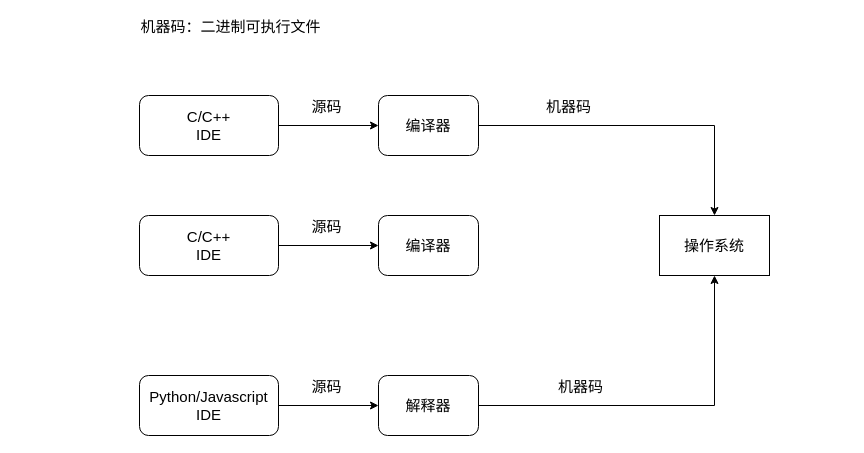
This is 未命名绘图.drawio from Orangon/drawio-digrams, a draw.io file, before an edit. Source tidied: cells renumbered, new cells numbered last; positions are measured from the earlier drawing's top-left corner, leaving out a move shared by most shapes. Both pictures are drawn from the tidied source at 100%, with x=0, y=0 at pixel (139, 95).
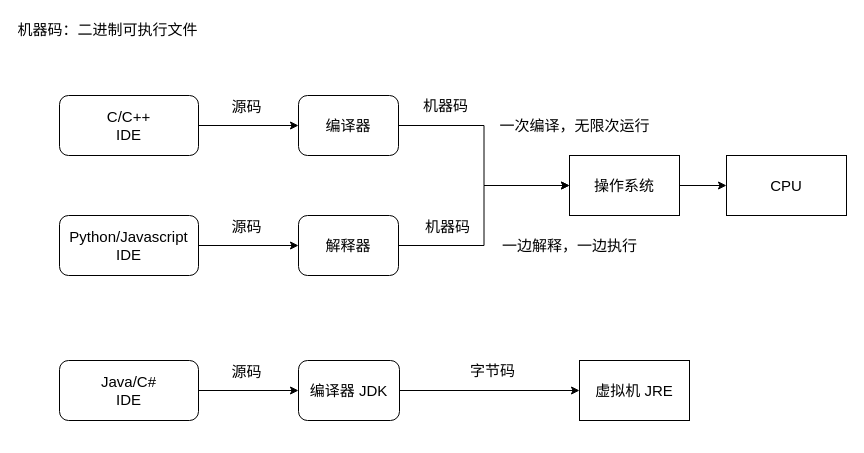
The same diagram, later.

Commit message:
三种语言执行逻辑

Unchanged cells that the change refers to:
```xml
<mxCell id="6" style="edgeStyle=orthogonalEdgeStyle;rounded=0;jettySize=auto;html=1;fontSize=15;" parent="1" edge="1" source="9" target="5">
  <mxGeometry relative="1" as="geometry" />
</mxCell>
```

The edit, as a diff of the source:
```diff
@@
     <mxCell id="4" value="C/C++&lt;br&gt;IDE" style="rounded=1;whiteSpace=wrap;html=1;fontSize=15;" parent="1" vertex="1">
-      <mxGeometry width="139" height="60" as="geometry" />
+      <mxGeometry x="-80" width="139" height="60" as="geometry" />
     </mxCell>
+    <mxCell id="20" style="edgeStyle=orthogonalEdgeStyle;rounded=0;jettySize=auto;html=1;fontSize=15;" parent="1" edge="1" source="5" target="26">
+      <mxGeometry relative="1" as="geometry" />
+    </mxCell>
     <mxCell id="5" value="操作系统" style="whiteSpace=wrap;html=1;fontSize=15;" parent="1" vertex="1">
-      <mxGeometry x="520" y="120" width="110" height="60" as="geometry" />
+      <mxGeometry x="430" y="60" width="110" height="60" as="geometry" />
     </mxCell>
@@
     <mxCell id="7" value="机器码" style="edgeLabel;html=1;align=center;verticalAlign=middle;fontSize=15;" parent="6" vertex="1">
       <mxGeometry x="0.24" relative="1" as="geometry">
-        <mxPoint x="-113" y="-20" as="offset" />
+        <mxPoint x="-39" y="-78" as="offset" />
       </mxGeometry>
     </mxCell>
@@
     <mxCell id="9" value="编译器" style="rounded=1;whiteSpace=wrap;html=1;fontSize=15;" parent="1" vertex="1">
-      <mxGeometry x="239" width="100" height="60" as="geometry" />
+      <mxGeometry x="159" width="100" height="60" as="geometry" />
     </mxCell>
@@
     <mxCell id="12" value="Python/Javascript&lt;br&gt;IDE" style="rounded=1;whiteSpace=wrap;html=1;fontSize=15;" parent="1" vertex="1">
-      <mxGeometry y="280" width="139" height="60" as="geometry" />
+      <mxGeometry x="-80" y="120" width="139" height="60" as="geometry" />
     </mxCell>
-    <mxCell id="13" style="edgeStyle=orthogonalEdgeStyle;rounded=0;jettySize=auto;html=1;entryX=0.5;entryY=1;entryDx=0;entryDy=0;fontSize=15;" parent="1" edge="1" source="15" target="5">
+    <mxCell id="13" style="edgeStyle=orthogonalEdgeStyle;rounded=0;jettySize=auto;html=1;entryX=0;entryY=0.5;entryDx=0;entryDy=0;fontSize=15;" parent="1" edge="1" source="15" target="5">
       <mxGeometry relative="1" as="geometry" />
     </mxCell>
     <mxCell id="14" value="机器码" style="edgeLabel;html=1;align=center;verticalAlign=middle;fontSize=15;" parent="13" vertex="1">
       <mxGeometry x="-0.45" y="3" relative="1" as="geometry">
-        <mxPoint y="-17" as="offset" />
+        <mxPoint x="-16" y="-17" as="offset" />
       </mxGeometry>
     </mxCell>
     <mxCell id="15" value="解释器" style="rounded=1;whiteSpace=wrap;html=1;fontSize=15;" parent="1" vertex="1">
-      <mxGeometry x="239" y="280" width="100" height="60" as="geometry" />
+      <mxGeometry x="159" y="120" width="100" height="60" as="geometry" />
     </mxCell>
@@
-    <mxCell id="18" value="C/C++&lt;br&gt;IDE" style="rounded=1;whiteSpace=wrap;html=1;fontSize=15;" parent="1" vertex="1">
-      <mxGeometry y="120" width="139" height="60" as="geometry" />
+    <mxCell id="18" value="Java/C#&lt;br&gt;IDE" style="rounded=1;whiteSpace=wrap;html=1;fontSize=15;" parent="1" vertex="1">
+      <mxGeometry x="-80" y="265" width="139" height="60" as="geometry" />
     </mxCell>
+    <mxCell id="21" style="edgeStyle=orthogonalEdgeStyle;rounded=0;jettySize=auto;html=1;entryX=0;entryY=0.5;entryDx=0;entryDy=0;fontSize=15;" parent="1" edge="1" source="19" target="25">
+      <mxGeometry relative="1" as="geometry" />
+    </mxCell>
+    <mxCell id="22" value="字节码" style="edgeLabel;html=1;align=center;verticalAlign=middle;fontSize=15;" parent="21" vertex="1">
+      <mxGeometry x="0.06" y="1" relative="1" as="geometry">
+        <mxPoint x="-3" y="-20" as="offset" />
+      </mxGeometry>
+    </mxCell>
-    <mxCell id="19" value="编译器" style="rounded=1;whiteSpace=wrap;html=1;fontSize=15;" parent="1" vertex="1">
-      <mxGeometry x="239" y="120" width="100" height="60" as="geometry" />
+    <mxCell id="19" value="编译器 JDK" style="rounded=1;whiteSpace=wrap;html=1;fontSize=15;verticalAlign=middle;" parent="1" vertex="1">
+      <mxGeometry x="159" y="265" width="101" height="60" as="geometry" />
     </mxCell>
+    <mxCell id="23" value="一次编译，无限次运行" style="text;html=1;align=center;verticalAlign=middle;strokeColor=none;fillColor=none;fontSize=15;" parent="1" vertex="1">
+      <mxGeometry x="350" y="15" width="170" height="30" as="geometry" />
+    </mxCell>
+    <mxCell id="24" value="一边解释，一边执行" style="text;html=1;align=center;verticalAlign=middle;strokeColor=none;fillColor=none;fontSize=15;" parent="1" vertex="1">
+      <mxGeometry x="350" y="135" width="160" height="30" as="geometry" />
+    </mxCell>
+    <mxCell id="25" value="虚拟机 JRE" style="rounded=0;whiteSpace=wrap;html=1;fontSize=15;verticalAlign=middle;" parent="1" vertex="1">
+      <mxGeometry x="440" y="265" width="110" height="60" as="geometry" />
+    </mxCell>
+    <mxCell id="26" value="CPU" style="whiteSpace=wrap;html=1;fontSize=15;" parent="1" vertex="1">
+      <mxGeometry x="587" y="60" width="120" height="60" as="geometry" />
+    </mxCell>
```
